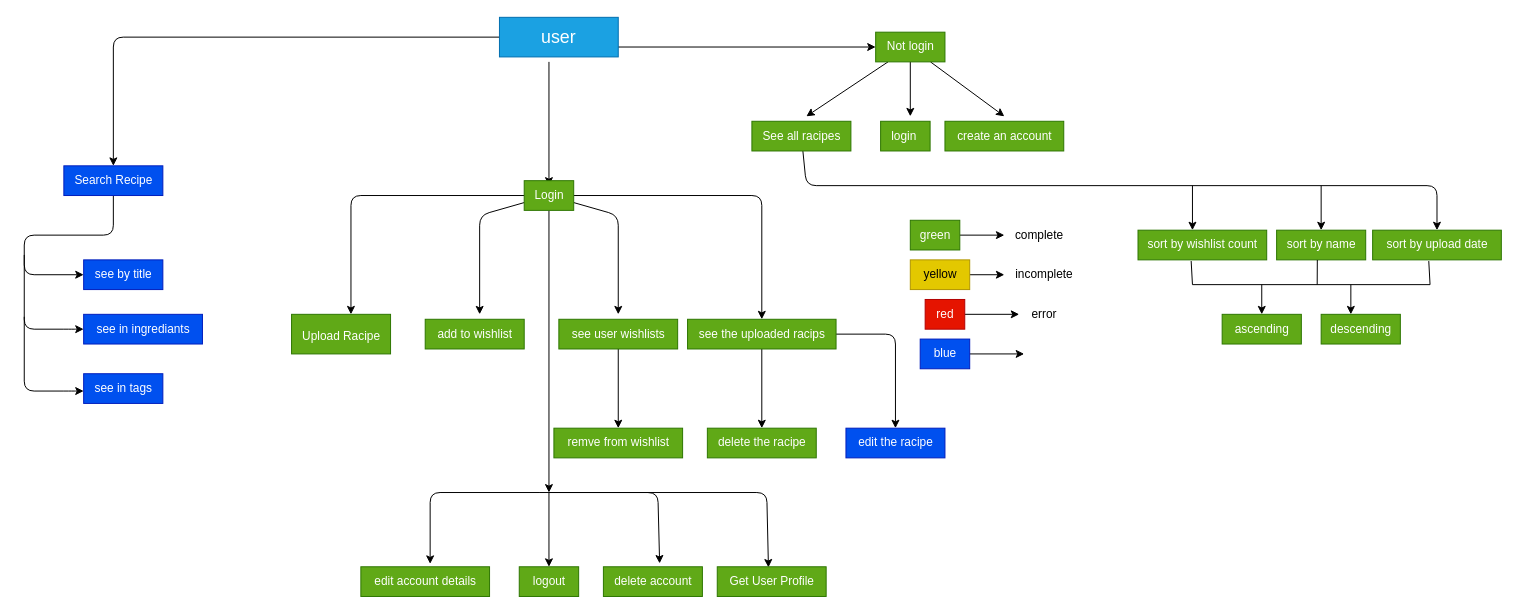
Earlier version of the draw.io diagram planning.drawio (aamir-067/racipe-project). Source tidied: cells renumbered, new cells numbered last; positions are measured from the earlier drawing's top-left corner, leaving out a move shared by most shapes. Both pictures are drawn from the tidied source at 99%, with x=0, y=0 at pixel (24, 17).
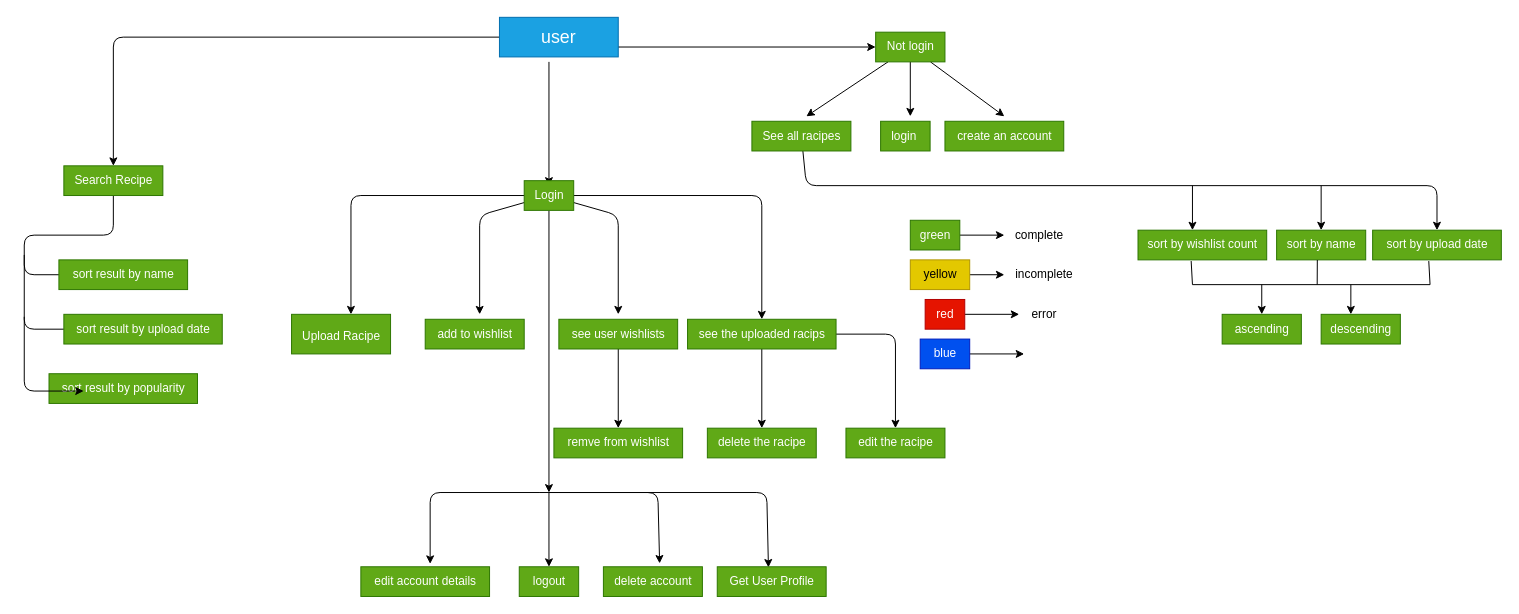
After the change.

What changed in the source:
```diff
@@
-    <mxCell id="28" value="edit the racipe" style="text;html=1;align=center;verticalAlign=middle;points=[];strokeColor=#001DBC;fillColor=#0050ef;fontSize=12;fontColor=#ffffff;" parent="1" vertex="1">
+    <mxCell id="28" value="edit the racipe" style="text;html=1;align=center;verticalAlign=middle;points=[];strokeColor=#2D7600;fillColor=#60a917;fontSize=12;fontColor=#ffffff;" parent="1" vertex="1">
       <mxGeometry x="830" y="415" width="100" height="30" as="geometry" />
     </mxCell>
@@
-    <mxCell id="60" value="Search Recipe&lt;br&gt;" style="text;html=1;align=center;verticalAlign=middle;points=[];strokeColor=#001DBC;fillColor=#0050ef;fontColor=#ffffff;" parent="1" vertex="1">
+    <mxCell id="60" value="Search Recipe&lt;br&gt;" style="text;html=1;align=center;verticalAlign=middle;points=[];strokeColor=#2D7600;fillColor=#60a917;fontColor=#ffffff;" parent="1" vertex="1">
       <mxGeometry x="40" y="150" width="100" height="30" as="geometry" />
     </mxCell>
-    <mxCell id="61" value="see by title" style="text;html=1;align=center;verticalAlign=middle;strokeColor=#001DBC;fillColor=#0050ef;fontColor=#ffffff;" parent="1" vertex="1">
-      <mxGeometry x="60" y="245" width="80" height="30" as="geometry" />
+    <mxCell id="61" value="sort result by name" style="text;html=1;align=center;verticalAlign=middle;strokeColor=#2D7600;fillColor=#60a917;fontColor=#ffffff;" parent="1" vertex="1">
+      <mxGeometry x="35" y="245" width="130" height="30" as="geometry" />
     </mxCell>
-    <mxCell id="62" value="see in tags" style="text;html=1;align=center;verticalAlign=middle;strokeColor=#001DBC;fillColor=#0050ef;fontColor=#ffffff;" parent="1" vertex="1">
-      <mxGeometry x="60" y="360" width="80" height="30" as="geometry" />
+    <mxCell id="62" value="sort result by popularity" style="text;html=1;align=center;verticalAlign=middle;strokeColor=#2D7600;fillColor=#60a917;fontColor=#ffffff;" parent="1" vertex="1">
+      <mxGeometry x="25" y="360" width="150" height="30" as="geometry" />
     </mxCell>
@@
-    <mxCell id="65" value="see in ingrediants" style="text;html=1;align=center;verticalAlign=middle;strokeColor=#001DBC;fillColor=#0050ef;fontColor=#ffffff;" parent="1" vertex="1">
-      <mxGeometry x="60" y="300" width="120" height="30" as="geometry" />
+    <mxCell id="65" value="sort result by upload date" style="text;html=1;align=center;verticalAlign=middle;strokeColor=#2D7600;fillColor=#60a917;fontColor=#ffffff;" parent="1" vertex="1">
+      <mxGeometry x="40" y="300" width="160" height="30" as="geometry" />
     </mxCell>
```
